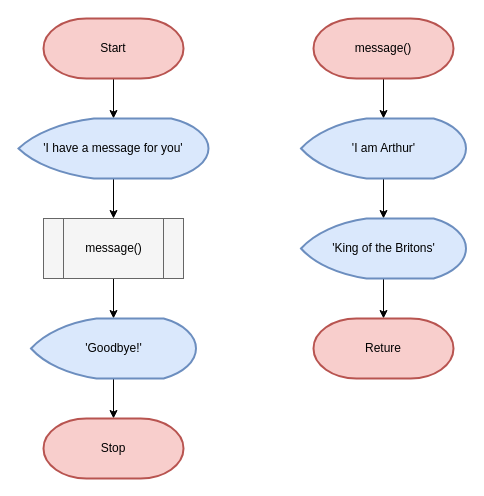
Songkrankaektes13/python-INE68 keeps this draw.io diagram as lecture-05/function.drawio. Above is the earlier version. Source tidied: cells renumbered, new cells numbered last; positions are measured from the earlier drawing's top-left corner, leaving out a move shared by most shapes. Both pictures are drawn from the tidied source at 100%, with x=0, y=0 at pixel (18, 18).
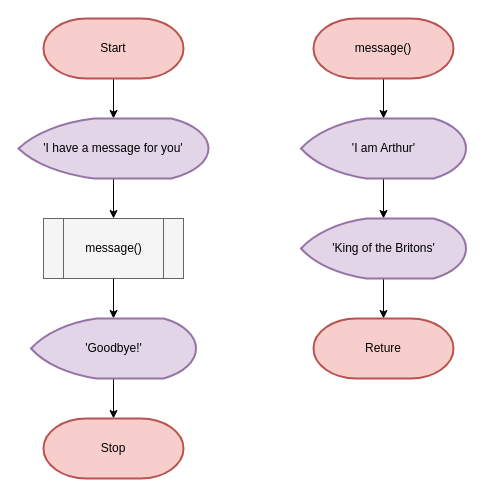
Above is the later version.

The edit, as a diff of the source:
```diff
@@
 <mxGraphModel>
   <root>
     <mxCell id="0" />
     <mxCell id="1" parent="0" />
     <mxCell id="2" style="edgeStyle=none;html=1;" parent="1" edge="1" source="3" target="5">
       <mxGeometry relative="1" as="geometry" />
     </mxCell>
     <mxCell id="3" value="Start" style="strokeWidth=2;html=1;shape=mxgraph.flowchart.terminator;whiteSpace=wrap;fillColor=#f8cecc;strokeColor=#b85450;" parent="1" vertex="1">
       <mxGeometry x="25" width="140" height="60" as="geometry" />
     </mxCell>
     <mxCell id="4" style="edgeStyle=none;html=1;" parent="1" edge="1" source="5" target="7">
       <mxGeometry relative="1" as="geometry" />
     </mxCell>
-    <mxCell id="5" value="'I have a message for you'" style="strokeWidth=2;html=1;shape=mxgraph.flowchart.display;whiteSpace=wrap;fillColor=#dae8fc;strokeColor=#6c8ebf;" parent="1" vertex="1">
+    <mxCell id="5" value="'I have a message for you'" style="strokeWidth=2;html=1;shape=mxgraph.flowchart.display;whiteSpace=wrap;fillColor=#e1d5e7;strokeColor=#9673a6;" parent="1" vertex="1">
       <mxGeometry y="100" width="190" height="60" as="geometry" />
     </mxCell>
     <mxCell id="6" style="edgeStyle=none;html=1;" parent="1" edge="1" source="7" target="9">
       <mxGeometry relative="1" as="geometry" />
     </mxCell>
     <mxCell id="7" style="verticalLabelPosition=bottom;verticalAlign=top;html=1;shape=process;whiteSpace=wrap;rounded=1;size=0.14;arcSize=0;fillColor=#f5f5f5;fontColor=#333333;strokeColor=#666666;" parent="1" vertex="1">
       <mxGeometry x="25" y="200" width="140" height="60" as="geometry" />
     </mxCell>
     <mxCell id="8" style="edgeStyle=none;html=1;" parent="1" edge="1" source="9" target="10">
       <mxGeometry relative="1" as="geometry" />
     </mxCell>
-    <mxCell id="9" value="'Goodbye!'" style="strokeWidth=2;html=1;shape=mxgraph.flowchart.display;whiteSpace=wrap;fillColor=#dae8fc;strokeColor=#6c8ebf;" parent="1" vertex="1">
+    <mxCell id="9" value="'Goodbye!'" style="strokeWidth=2;html=1;shape=mxgraph.flowchart.display;whiteSpace=wrap;fillColor=#e1d5e7;strokeColor=#9673a6;" parent="1" vertex="1">
       <mxGeometry x="12.5" y="300" width="165" height="60" as="geometry" />
     </mxCell>
     <mxCell id="10" value="Stop" style="strokeWidth=2;html=1;shape=mxgraph.flowchart.terminator;whiteSpace=wrap;fillColor=#f8cecc;strokeColor=#b85450;" parent="1" vertex="1">
       <mxGeometry x="25" y="400" width="140" height="60" as="geometry" />
     </mxCell>
     <mxCell id="11" style="edgeStyle=none;html=1;" parent="1" edge="1" source="12" target="14">
       <mxGeometry relative="1" as="geometry" />
     </mxCell>
     <mxCell id="12" value="message()" style="strokeWidth=2;html=1;shape=mxgraph.flowchart.terminator;whiteSpace=wrap;fillColor=#f8cecc;strokeColor=#b85450;" parent="1" vertex="1">
       <mxGeometry x="295" width="140" height="60" as="geometry" />
     </mxCell>
     <mxCell id="13" style="edgeStyle=none;html=1;" parent="1" edge="1" source="14" target="16">
       <mxGeometry relative="1" as="geometry" />
     </mxCell>
-    <mxCell id="14" value="'I am Arthur'" style="strokeWidth=2;html=1;shape=mxgraph.flowchart.display;whiteSpace=wrap;fillColor=#dae8fc;strokeColor=#6c8ebf;" parent="1" vertex="1">
+    <mxCell id="14" value="'I am Arthur'" style="strokeWidth=2;html=1;shape=mxgraph.flowchart.display;whiteSpace=wrap;fillColor=#e1d5e7;strokeColor=#9673a6;" parent="1" vertex="1">
       <mxGeometry x="282.5" y="100" width="165" height="60" as="geometry" />
     </mxCell>
     <mxCell id="15" style="edgeStyle=none;html=1;" parent="1" edge="1" source="16" target="17">
       <mxGeometry relative="1" as="geometry" />
     </mxCell>
-    <mxCell id="16" value="'King of the Britons'" style="strokeWidth=2;html=1;shape=mxgraph.flowchart.display;whiteSpace=wrap;fillColor=#dae8fc;strokeColor=#6c8ebf;" parent="1" vertex="1">
+    <mxCell id="16" value="'King of the Britons'" style="strokeWidth=2;html=1;shape=mxgraph.flowchart.display;whiteSpace=wrap;fillColor=#e1d5e7;strokeColor=#9673a6;" parent="1" vertex="1">
       <mxGeometry x="282.5" y="200" width="165" height="60" as="geometry" />
     </mxCell>
     <mxCell id="17" value="Reture" style="strokeWidth=2;html=1;shape=mxgraph.flowchart.terminator;whiteSpace=wrap;fillColor=#f8cecc;strokeColor=#b85450;" parent="1" vertex="1">
       <mxGeometry x="295" y="300" width="140" height="60" as="geometry" />
     </mxCell>
     <mxCell id="18" value="message()" style="text;html=1;align=center;verticalAlign=middle;strokeColor=none;fillColor=none;" parent="1" vertex="1">
       <mxGeometry x="55" y="215" width="80" height="30" as="geometry" />
     </mxCell>
   </root>
 </mxGraphModel>
```
